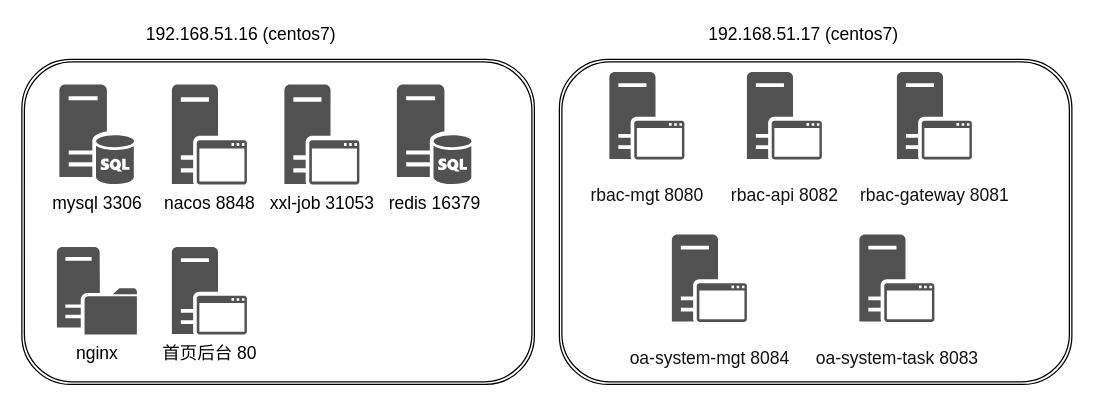
Above: 服务器部署情况.drawio in a2398936046/test (draw.io), before the change. Source tidied: cells renumbered, new cells numbered last; positions are measured from the earlier drawing's top-left corner, leaving out a move shared by most shapes. Both pictures are drawn from the tidied source at 125%, with x=0, y=0 at pixel (21, 21).
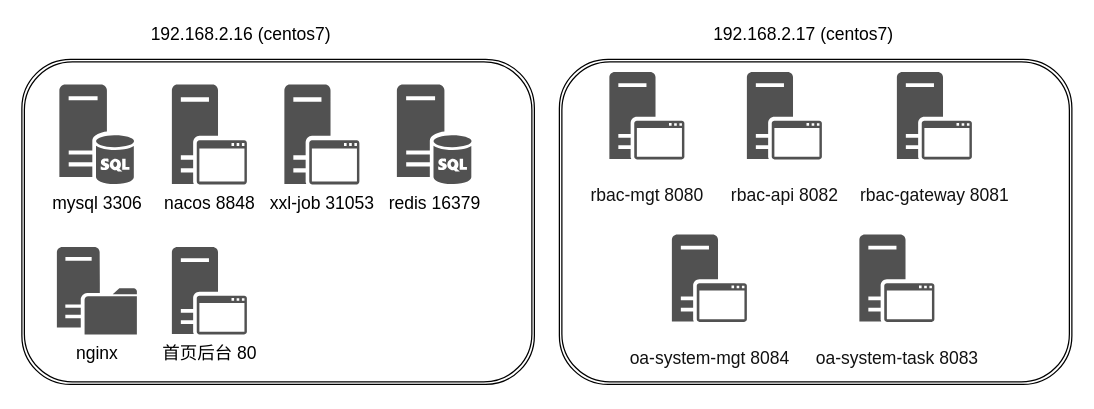
Above is the later version.

Commit message:
更新服务器部署情况.drawio

The edit, as a diff of the source:
```diff
@@
 <mxGraphModel>
   <root>
     <mxCell id="0" />
     <mxCell id="1" parent="0" />
     <mxCell id="2" style="shape=ext;double=1;rounded=1;whiteSpace=wrap;html=1;" parent="1" vertex="1">
       <mxGeometry y="30" width="410" height="260" as="geometry" />
     </mxCell>
-    <mxCell id="3" value="&lt;font style=&quot;font-size: 14px;&quot;&gt;192.168.51.16 (centos7)&lt;/font&gt;" style="text;html=1;align=center;verticalAlign=middle;strokeColor=none;fillColor=none;" parent="1" vertex="1">
-      <mxGeometry x="90" width="170" height="20" as="geometry" />
+    <mxCell id="3" value="&lt;font style=&quot;font-size: 14px;&quot;&gt;192.168.2.16 (centos7)&lt;/font&gt;" style="text;html=1;align=center;verticalAlign=middle;strokeColor=none;fillColor=none;" parent="1" vertex="1">
+      <mxGeometry x="95" width="160" height="20" as="geometry" />
     </mxCell>
     <mxCell id="4" value="&lt;font style=&quot;font-size: 14px;&quot;&gt;mysql 3306&lt;/font&gt;" style="sketch=0;shadow=0;dashed=0;html=1;strokeColor=none;labelPosition=center;verticalLabelPosition=bottom;verticalAlign=top;align=center;fillColor=#515151;shape=mxgraph.mscae.system_center.central_administration_site_sql;" parent="1" vertex="1">
       <mxGeometry x="30" y="50" width="60" height="80" as="geometry" />
     </mxCell>
     <mxCell id="5" value="nacos&amp;nbsp;8848" style="sketch=0;shadow=0;dashed=0;html=1;strokeColor=none;labelPosition=center;verticalLabelPosition=bottom;verticalAlign=top;align=center;fillColor=#515151;shape=mxgraph.mscae.system_center.secondary_site;fontSize=14;" parent="1" vertex="1">
       <mxGeometry x="120" y="50" width="60" height="80" as="geometry" />
     </mxCell>
     <mxCell id="6" value="xxl-job&amp;nbsp;31053" style="sketch=0;shadow=0;dashed=0;html=1;strokeColor=none;labelPosition=center;verticalLabelPosition=bottom;verticalAlign=top;align=center;fillColor=#515151;shape=mxgraph.mscae.system_center.secondary_site;fontSize=14;" parent="1" vertex="1">
       <mxGeometry x="210" y="50" width="60" height="80" as="geometry" />
     </mxCell>
     <mxCell id="7" value="&lt;font style=&quot;font-size: 14px;&quot;&gt;redis 16379&lt;/font&gt;" style="sketch=0;shadow=0;dashed=0;html=1;strokeColor=none;labelPosition=center;verticalLabelPosition=bottom;verticalAlign=top;align=center;fillColor=#515151;shape=mxgraph.mscae.system_center.central_administration_site_sql;" parent="1" vertex="1">
       <mxGeometry x="300" y="50" width="60" height="80" as="geometry" />
     </mxCell>
     <mxCell id="8" value="nginx" style="sketch=0;shadow=0;dashed=0;html=1;strokeColor=none;labelPosition=center;verticalLabelPosition=bottom;verticalAlign=top;align=center;fillColor=#515151;shape=mxgraph.mscae.system_center.distribution_point;fontSize=14;" parent="1" vertex="1">
       <mxGeometry x="28" y="180" width="64" height="70" as="geometry" />
     </mxCell>
     <mxCell id="9" value="首页后台 80" style="sketch=0;shadow=0;dashed=0;html=1;strokeColor=none;labelPosition=center;verticalLabelPosition=bottom;verticalAlign=top;align=center;fillColor=#515151;shape=mxgraph.mscae.system_center.secondary_site;fontSize=14;" parent="1" vertex="1">
       <mxGeometry x="120" y="180" width="60" height="70" as="geometry" />
     </mxCell>
     <mxCell id="10" style="shape=ext;double=1;rounded=1;whiteSpace=wrap;html=1;" parent="1" vertex="1">
       <mxGeometry x="430" y="30" width="410" height="260" as="geometry" />
     </mxCell>
-    <mxCell id="11" value="192.168.51.17 (centos7)" style="text;html=1;align=center;verticalAlign=middle;strokeColor=none;fillColor=none;fontSize=14;" parent="1" vertex="1">
-      <mxGeometry x="540" width="170" height="20" as="geometry" />
+    <mxCell id="11" value="192.168.2.17 (centos7)" style="text;html=1;align=center;verticalAlign=middle;strokeColor=none;fillColor=none;fontSize=14;" parent="1" vertex="1">
+      <mxGeometry x="545" width="160" height="20" as="geometry" />
     </mxCell>
     <mxCell id="12" value="&lt;p class=&quot;MsoNormal&quot;&gt;&lt;span style=&quot;font-family: 微软雅黑; color: rgb(18, 18, 18); letter-spacing: 0pt; background: rgb(255, 255, 255);&quot;&gt;&lt;font style=&quot;font-size: 14px;&quot; face=&quot;微软雅黑&quot;&gt;rbac-mgt 8080&lt;/font&gt;&lt;/span&gt;&lt;/p&gt;" style="sketch=0;shadow=0;dashed=0;html=1;strokeColor=none;labelPosition=center;verticalLabelPosition=bottom;verticalAlign=top;align=center;fillColor=#515151;shape=mxgraph.mscae.system_center.secondary_site;fontSize=14;" parent="1" vertex="1">
       <mxGeometry x="470" y="40" width="60" height="70" as="geometry" />
     </mxCell>
     <mxCell id="13" value="&lt;p class=&quot;MsoNormal&quot;&gt;&lt;span style=&quot;font-family: 微软雅黑; color: rgb(18, 18, 18); letter-spacing: 0pt; background: rgb(255, 255, 255);&quot;&gt;&lt;font style=&quot;font-size: 14px;&quot; face=&quot;微软雅黑&quot;&gt;rbac-api 8082&lt;/font&gt;&lt;/span&gt;&lt;/p&gt;" style="sketch=0;shadow=0;dashed=0;html=1;strokeColor=none;labelPosition=center;verticalLabelPosition=bottom;verticalAlign=top;align=center;fillColor=#515151;shape=mxgraph.mscae.system_center.secondary_site;fontSize=14;" parent="1" vertex="1">
       <mxGeometry x="580" y="40" width="60" height="70" as="geometry" />
     </mxCell>
     <mxCell id="14" value="&lt;p class=&quot;MsoNormal&quot;&gt;&lt;span style=&quot;font-family: 微软雅黑; color: rgb(18, 18, 18); letter-spacing: 0pt; background: rgb(255, 255, 255);&quot;&gt;&lt;font style=&quot;font-size: 14px;&quot; face=&quot;微软雅黑&quot;&gt;rbac-gateway 8081&lt;/font&gt;&lt;/span&gt;&lt;/p&gt;" style="sketch=0;shadow=0;dashed=0;html=1;strokeColor=none;labelPosition=center;verticalLabelPosition=bottom;verticalAlign=top;align=center;fillColor=#515151;shape=mxgraph.mscae.system_center.secondary_site;fontSize=14;" parent="1" vertex="1">
       <mxGeometry x="700" y="40" width="60" height="70" as="geometry" />
     </mxCell>
     <mxCell id="15" value="&lt;p class=&quot;MsoNormal&quot;&gt;&lt;span style=&quot;font-family: 微软雅黑; color: rgb(18, 18, 18); letter-spacing: 0pt; background: rgb(255, 255, 255);&quot;&gt;&lt;font style=&quot;font-size: 14px;&quot; face=&quot;微软雅黑&quot;&gt;oa-system-mgt 8084&lt;/font&gt;&lt;/span&gt;&lt;/p&gt;" style="sketch=0;shadow=0;dashed=0;html=1;strokeColor=none;labelPosition=center;verticalLabelPosition=bottom;verticalAlign=top;align=center;fillColor=#515151;shape=mxgraph.mscae.system_center.secondary_site;fontSize=14;" parent="1" vertex="1">
       <mxGeometry x="520" y="170" width="60" height="70" as="geometry" />
     </mxCell>
     <mxCell id="16" value="&lt;p class=&quot;MsoNormal&quot;&gt;&lt;span style=&quot;font-family: 微软雅黑; color: rgb(18, 18, 18); letter-spacing: 0pt; background: rgb(255, 255, 255);&quot;&gt;&lt;font style=&quot;font-size: 14px;&quot; face=&quot;微软雅黑&quot;&gt;oa-system-task 8083&lt;/font&gt;&lt;/span&gt;&lt;/p&gt;" style="sketch=0;shadow=0;dashed=0;html=1;strokeColor=none;labelPosition=center;verticalLabelPosition=bottom;verticalAlign=top;align=center;fillColor=#515151;shape=mxgraph.mscae.system_center.secondary_site;fontSize=14;" parent="1" vertex="1">
       <mxGeometry x="670" y="170" width="60" height="70" as="geometry" />
     </mxCell>
   </root>
 </mxGraphModel>
```
